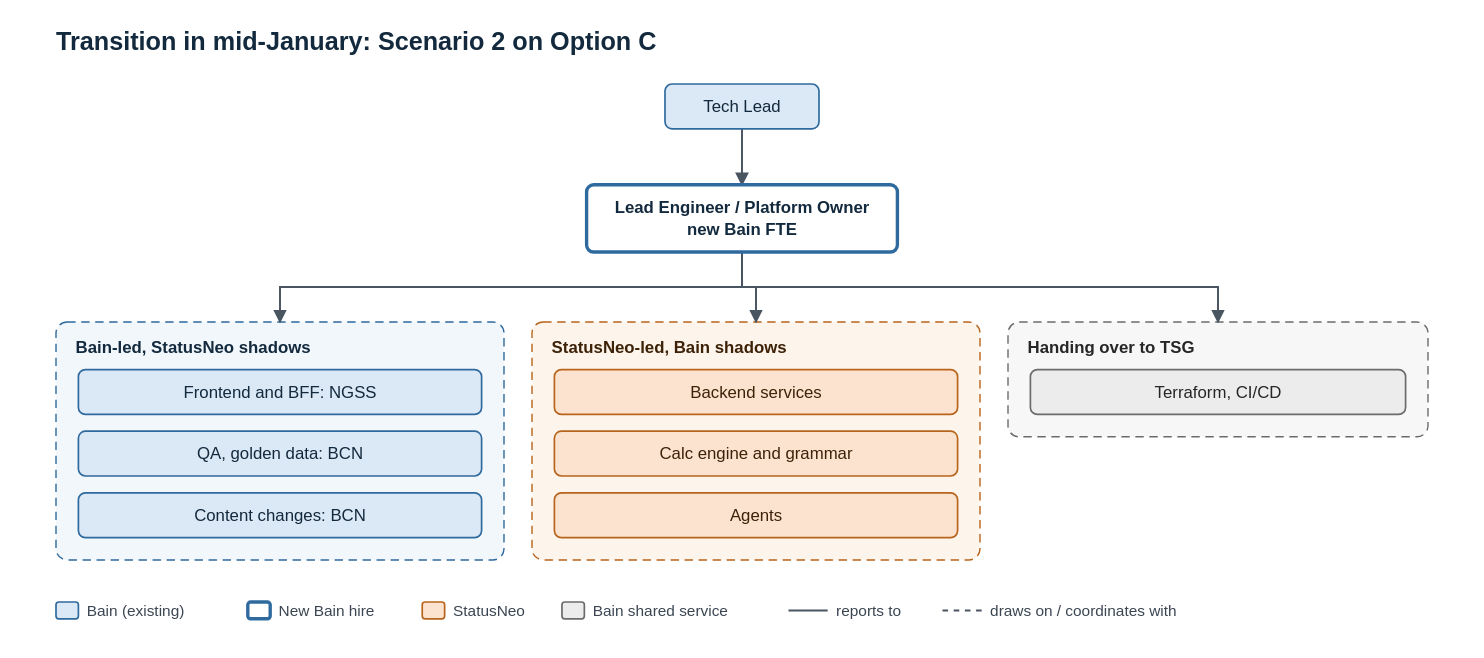
Earlier version of the draw.io export context/post-gls-team-structure/diagrams/05-transition-mid-january.drawio.svg (deanwang-bain/OC-TL). Source tidied: cells renumbered, new cells last; positions are measured from the earlier drawing's top-left corner, leaving out a move shared by most shapes.
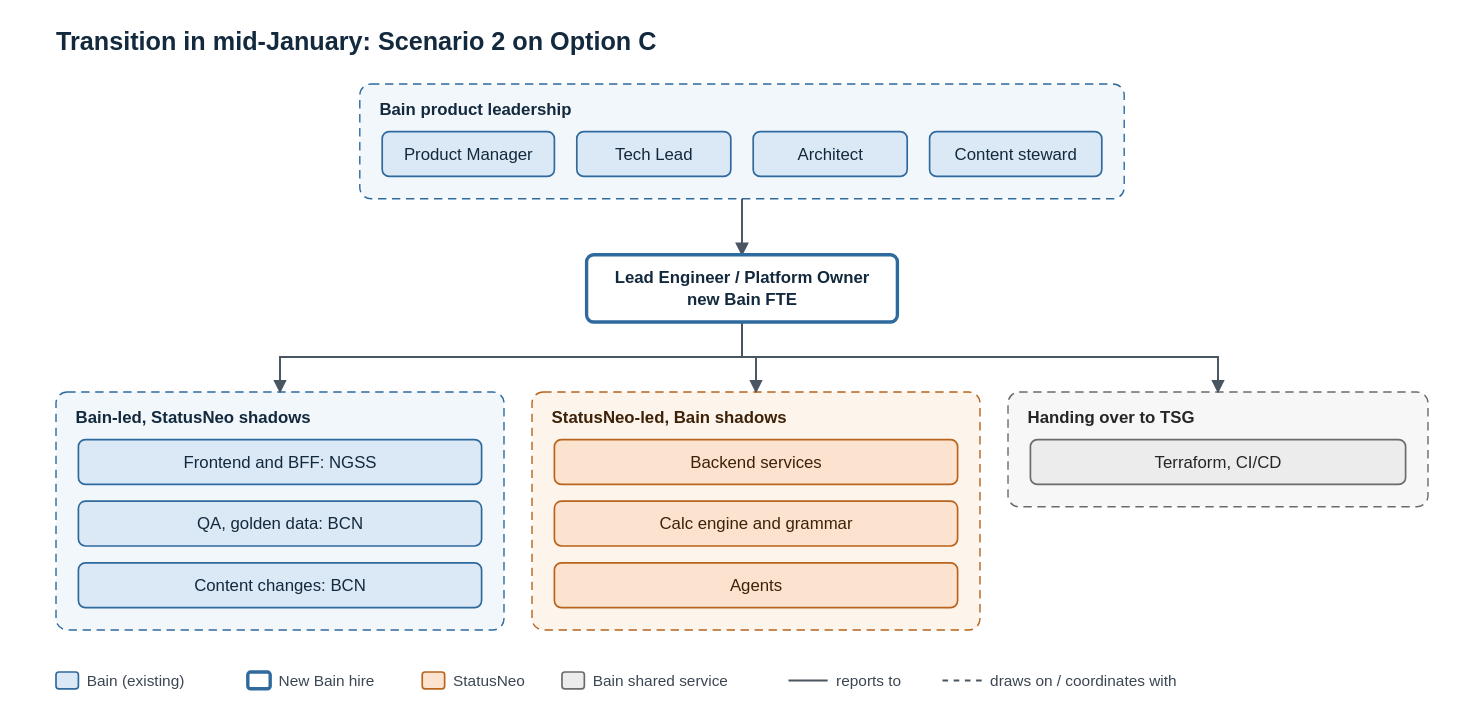
After the commit.

Commit message:
Add From/To org charts and point reporting lines at the leadership block

The edit, as a diff of the source:
```diff
@@ -3,8 +3,11 @@
     <mxCell id="0" />
     <mxCell id="1" parent="0" />
     <mxCell id="2" value="Transition in mid-January: Scenario 2 on Option C" style="text;html=1;fontSize=18;fontStyle=1;align=left;verticalAlign=middle;fontColor=#13293d;" parent="1" vertex="1">
-      <mxGeometry width="900" height="28" as="geometry" />
+      <mxGeometry y="-50" width="900" height="28" as="geometry" />
     </mxCell>
+    <mxCell id="27" value="Bain product leadership" style="rounded=1;arcSize=4;whiteSpace=wrap;html=1;dashed=1;fillColor=#f2f7fc;strokeColor=#2f6a9e;fontColor=#13293d;fontStyle=1;align=left;verticalAlign=top;spacingLeft=10;spacingTop=4;" parent="1" vertex="1">
+      <mxGeometry x="217" y="-8" width="546" height="82" as="geometry" />
+    </mxCell>
     <mxCell id="3" value="Bain-led, StatusNeo shadows" style="rounded=1;arcSize=4;whiteSpace=wrap;html=1;dashed=1;fillColor=#f2f7fc;strokeColor=#2f6a9e;fontColor=#13293d;fontStyle=1;align=left;verticalAlign=top;spacingLeft=10;spacingTop=4;" parent="1" vertex="1">
       <mxGeometry y="212" width="320" height="170" as="geometry" />
     </mxCell>
@@ -14,9 +17,18 @@
     <mxCell id="5" value="Handing over to TSG" style="rounded=1;arcSize=4;whiteSpace=wrap;html=1;dashed=1;fillColor=#f7f7f7;strokeColor=#6b6b6b;fontColor=#262626;fontStyle=1;align=left;verticalAlign=top;spacingLeft=10;spacingTop=4;" parent="1" vertex="1">
       <mxGeometry x="680" y="212" width="300" height="82" as="geometry" />
     </mxCell>
+    <mxCell id="28" value="Product Manager" style="rounded=1;whiteSpace=wrap;html=1;fillColor=#dbe8f5;strokeColor=#2f6a9e;fontColor=#13293d;fontSize=12;" parent="1" vertex="1">
+      <mxGeometry x="233" y="26" width="123" height="32" as="geometry" />
+    </mxCell>
     <mxCell id="6" value="Tech Lead" style="rounded=1;whiteSpace=wrap;html=1;fillColor=#dbe8f5;strokeColor=#2f6a9e;fontColor=#13293d;fontSize=12;" parent="1" vertex="1">
-      <mxGeometry x="435" y="42" width="110" height="32" as="geometry" />
+      <mxGeometry x="372" y="26" width="110" height="32" as="geometry" />
     </mxCell>
+    <mxCell id="29" value="Architect" style="rounded=1;whiteSpace=wrap;html=1;fillColor=#dbe8f5;strokeColor=#2f6a9e;fontColor=#13293d;fontSize=12;" parent="1" vertex="1">
+      <mxGeometry x="498" y="26" width="110" height="32" as="geometry" />
+    </mxCell>
+    <mxCell id="30" value="Content steward" style="rounded=1;whiteSpace=wrap;html=1;fillColor=#dbe8f5;strokeColor=#2f6a9e;fontColor=#13293d;fontSize=12;" parent="1" vertex="1">
+      <mxGeometry x="624" y="26" width="123" height="32" as="geometry" />
+    </mxCell>
     <mxCell id="7" value="Lead Engineer / Platform Owner&lt;br&gt;new Bain FTE" style="rounded=1;whiteSpace=wrap;html=1;fillColor=#ffffff;strokeColor=#2f6a9e;fontColor=#13293d;fontSize=12;strokeWidth=2.5;fontStyle=1;" parent="1" vertex="1">
       <mxGeometry x="379" y="114" width="222" height="48" as="geometry" />
     </mxCell>
@@ -41,7 +53,7 @@
     <mxCell id="14" value="Terraform, CI/CD" style="rounded=1;whiteSpace=wrap;html=1;fillColor=#ececec;strokeColor=#6b6b6b;fontColor=#262626;fontSize=12;" parent="1" vertex="1">
       <mxGeometry x="696" y="246" width="268" height="32" as="geometry" />
     </mxCell>
-    <mxCell id="15" style="edgeStyle=orthogonalEdgeStyle;rounded=0;html=1;endArrow=block;endFill=1;strokeColor=#4a5562;" parent="1" edge="1" source="6" target="7">
+    <mxCell id="15" style="edgeStyle=orthogonalEdgeStyle;rounded=0;html=1;endArrow=block;endFill=1;strokeColor=#4a5562;" parent="1" edge="1" source="27" target="7">
       <mxGeometry relative="1" as="geometry" />
     </mxCell>
     <mxCell id="16" style="edgeStyle=orthogonalEdgeStyle;rounded=0;html=1;endArrow=block;endFill=1;strokeColor=#4a5562;" parent="1" edge="1" source="7" target="3">
```
